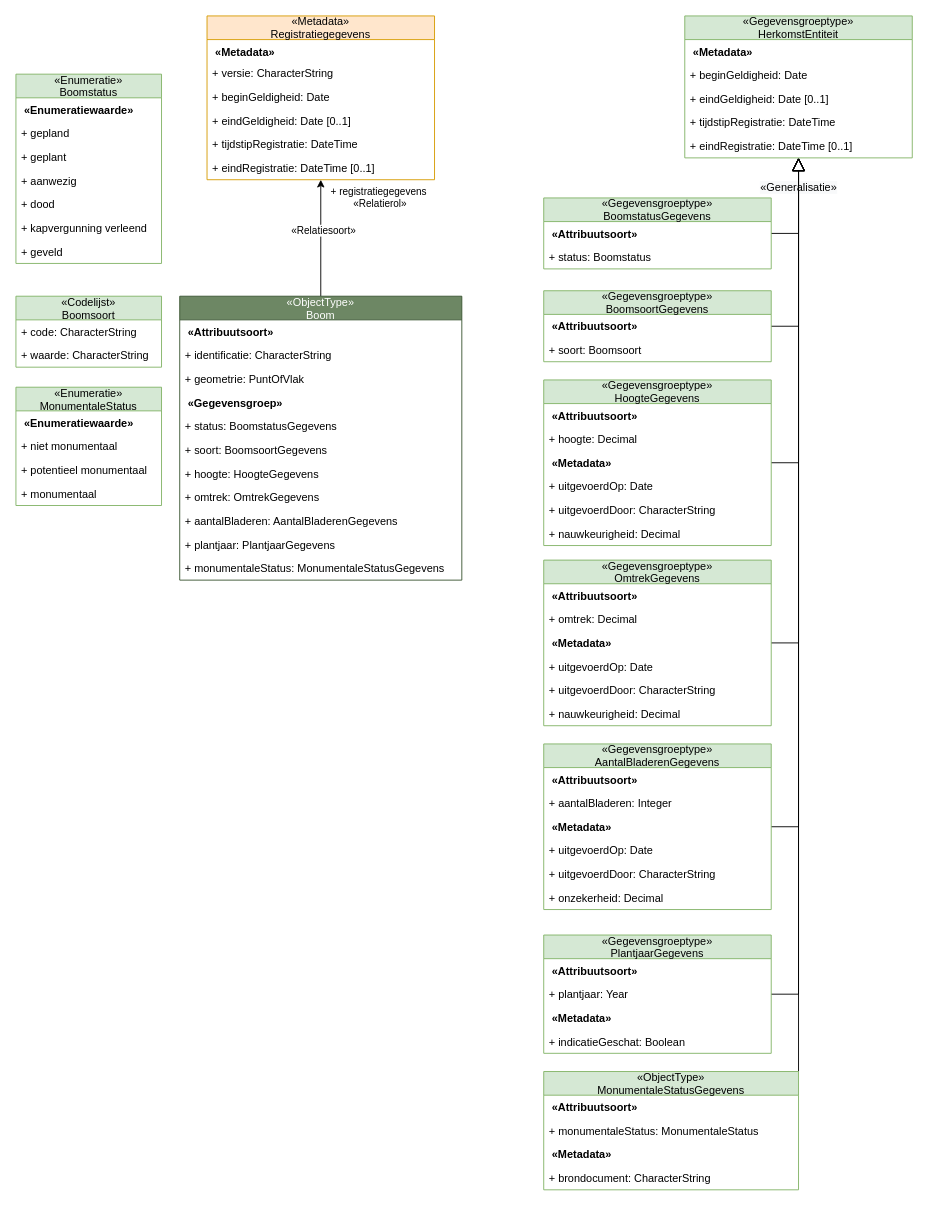
Above: page "uitwerking-D-gegevensmeta" (7 of 8) of casus/imboom/media/imboom.drawio in Geonovum/disgeo-imsor (draw.io), before the change. Source tidied: cells renumbered, new cells numbered last; positions are measured from the earlier drawing's top-left corner, leaving out a move shared by most shapes. Both pictures are drawn from the tidied source at 91%, with x=0, y=0 at pixel (15, 15).
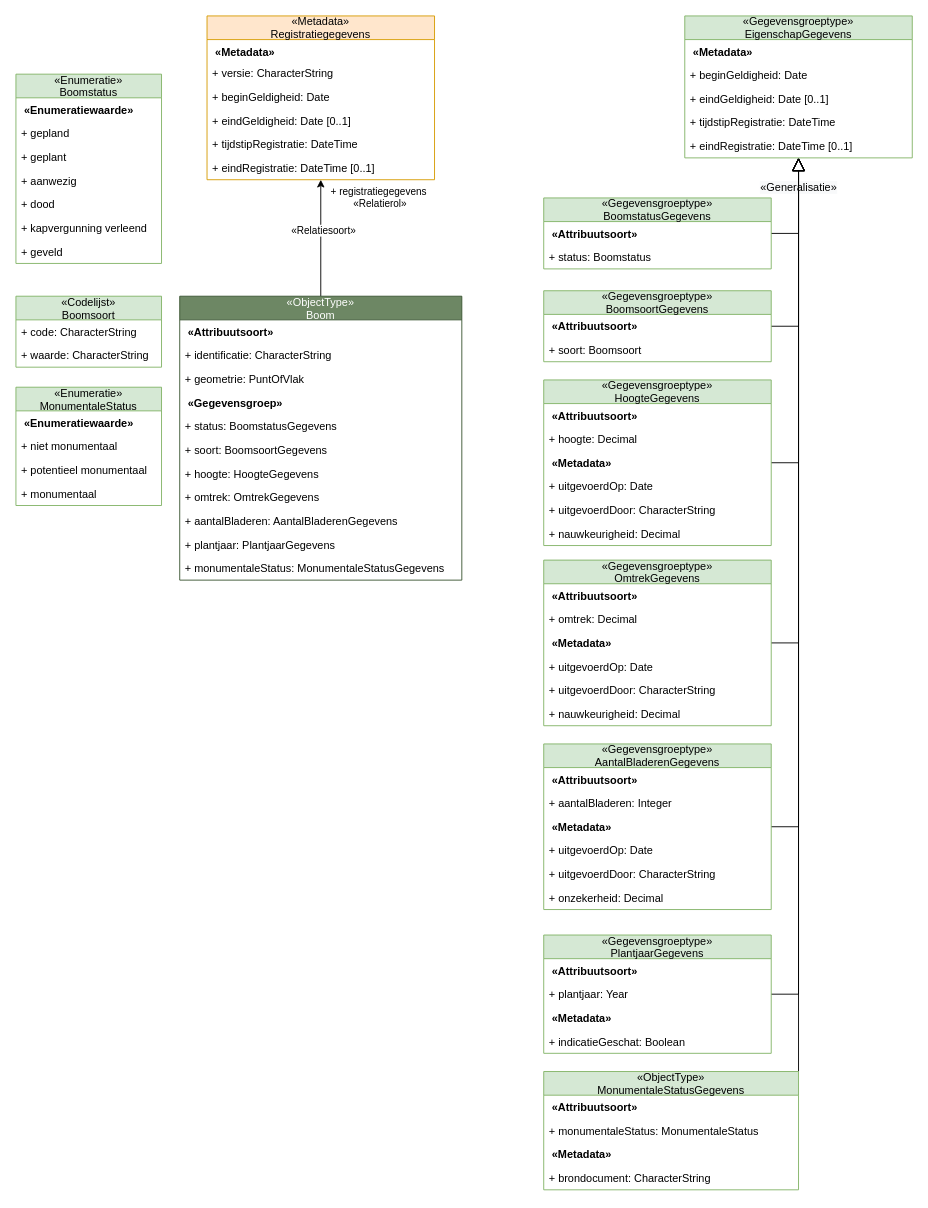
Above is the later version.

The edit, as a diff of the source:
```diff
@@
-    <mxCell id="70" value="«Gegevensgroeptype»&#10;HerkomstEntiteit" style="swimlane;fontStyle=0;horizontal=1;startSize=26;fillColor=#d5e8d4;strokeColor=#82b366;" parent="1" vertex="1">
+    <mxCell id="70" value="«Gegevensgroeptype»&#10;EigenschapGegevens" style="swimlane;fontStyle=0;horizontal=1;startSize=26;fillColor=#d5e8d4;strokeColor=#82b366;" parent="1" vertex="1">
       <mxGeometry x="735" width="250" height="156" as="geometry" />
     </mxCell>
```
